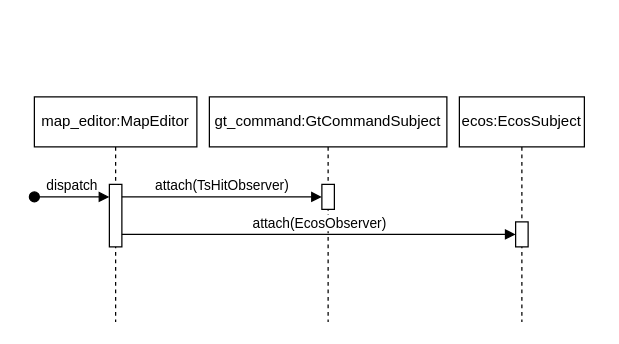
pascalreiss/draw_io_stuff keeps this draw.io diagram as procedural/setup_trainswitch_hit.drawio. Above is the earlier version. Source tidied: cells renumbered, new cells numbered last; positions are measured from the earlier drawing's top-left corner, leaving out a move shared by most shapes. Both pictures are drawn from the tidied source at 125%, with x=0, y=0 at pixel (34, 96).
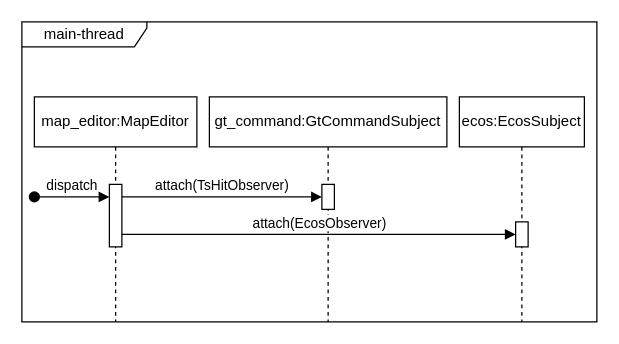
Above is the later version.

Change to the diagram source:
```diff
@@
 <mxGraphModel>
   <root>
     <mxCell id="0" />
     <mxCell id="1" parent="0" />
     <mxCell id="2" value="map_editor:MapEditor" style="shape=umlLifeline;perimeter=lifelinePerimeter;whiteSpace=wrap;html=1;newEdgeStyle={&quot;curved&quot;:0,&quot;rounded&quot;:0};" parent="1" vertex="1">
       <mxGeometry width="130" height="180" as="geometry" />
     </mxCell>
     <mxCell id="3" style="html=1;points=[[0,0,0,0,5],[0,1,0,0,-5],[1,0,0,0,5],[1,1,0,0,-5]];perimeter=orthogonalPerimeter;outlineConnect=0;targetShapes=umlLifeline;portConstraint=eastwest;newEdgeStyle={&quot;curved&quot;:0,&quot;rounded&quot;:0};" parent="2" vertex="1">
       <mxGeometry x="60" y="70" width="10" height="50" as="geometry" />
     </mxCell>
     <mxCell id="4" value="gt_command:GtCommandSubject" style="shape=umlLifeline;perimeter=lifelinePerimeter;whiteSpace=wrap;html=1;newEdgeStyle={&quot;curved&quot;:0,&quot;rounded&quot;:0};" parent="1" vertex="1">
       <mxGeometry x="140" width="190" height="180" as="geometry" />
     </mxCell>
     <mxCell id="5" style="html=1;points=[[0,0,0,0,5],[0,1,0,0,-5],[1,0,0,0,5],[1,1,0,0,-5]];perimeter=orthogonalPerimeter;outlineConnect=0;targetShapes=umlLifeline;portConstraint=eastwest;newEdgeStyle={&quot;curved&quot;:0,&quot;rounded&quot;:0};" parent="4" vertex="1">
       <mxGeometry x="90" y="70" width="10" height="20" as="geometry" />
     </mxCell>
     <mxCell id="6" value="ecos:EcosSubject" style="shape=umlLifeline;perimeter=lifelinePerimeter;whiteSpace=wrap;html=1;newEdgeStyle={&quot;curved&quot;:0,&quot;rounded&quot;:0};" parent="1" vertex="1">
       <mxGeometry x="340" width="100" height="180" as="geometry" />
     </mxCell>
     <mxCell id="7" style="html=1;points=[[0,0,0,0,5],[0,1,0,0,-5],[1,0,0,0,5],[1,1,0,0,-5]];perimeter=orthogonalPerimeter;outlineConnect=0;targetShapes=umlLifeline;portConstraint=eastwest;newEdgeStyle={&quot;curved&quot;:0,&quot;rounded&quot;:0};" parent="6" vertex="1">
       <mxGeometry x="45" y="100" width="10" height="20" as="geometry" />
     </mxCell>
     <mxCell id="8" value="dispatch" style="html=1;verticalAlign=bottom;startArrow=oval;startFill=1;endArrow=block;startSize=8;curved=0;rounded=0;" parent="1" edge="1" target="3">
       <mxGeometry relative="1" as="geometry">
         <mxPoint y="80" as="sourcePoint" />
       </mxGeometry>
     </mxCell>
     <mxCell id="9" value="attach(TsHitObserver)" style="html=1;verticalAlign=bottom;endArrow=block;curved=0;rounded=0;" parent="1" edge="1" source="3" target="5">
       <mxGeometry relative="1" as="geometry">
         <Array as="points">
           <mxPoint x="150" y="80" />
         </Array>
       </mxGeometry>
     </mxCell>
     <mxCell id="10" value="attach(EcosObserver)" style="html=1;verticalAlign=bottom;endArrow=block;curved=0;rounded=0;" parent="1" edge="1" source="3" target="7">
       <mxGeometry relative="1" as="geometry">
         <Array as="points">
           <mxPoint x="230" y="110" />
         </Array>
       </mxGeometry>
     </mxCell>
+    <mxCell id="11" value="main-thread" style="shape=umlFrame;whiteSpace=wrap;html=1;width=100;height=20;" parent="1" vertex="1">
+      <mxGeometry x="-10" y="-60" width="460" height="240" as="geometry" />
+    </mxCell>
   </root>
 </mxGraphModel>
```
